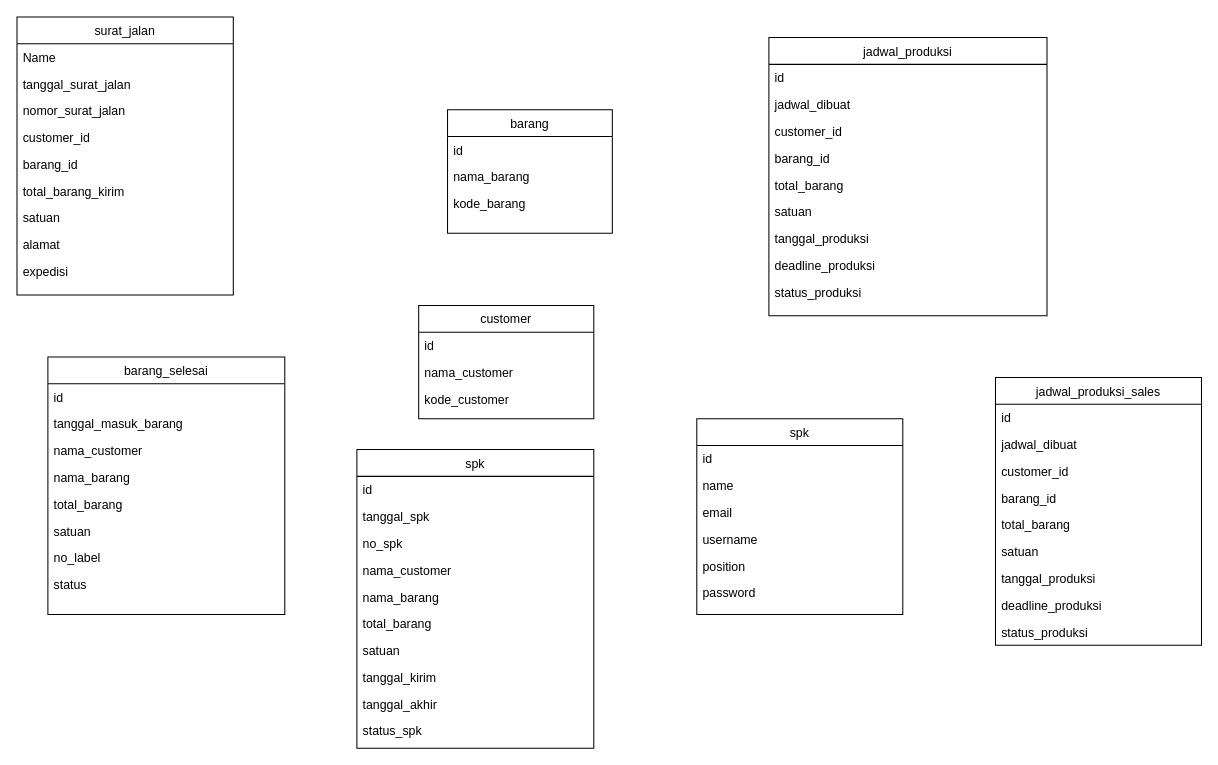
danangsptro/SI_SKRIPSI-3 keeps this draw.io diagram as Diagram Tanpa Judul.drawio. Above is the earlier version. Source tidied: cells renumbered, new cells numbered last; positions are measured from the earlier drawing's top-left corner, leaving out a move shared by most shapes. Both pictures are drawn from the tidied source at 103%, with x=0, y=0 at pixel (16, 16).
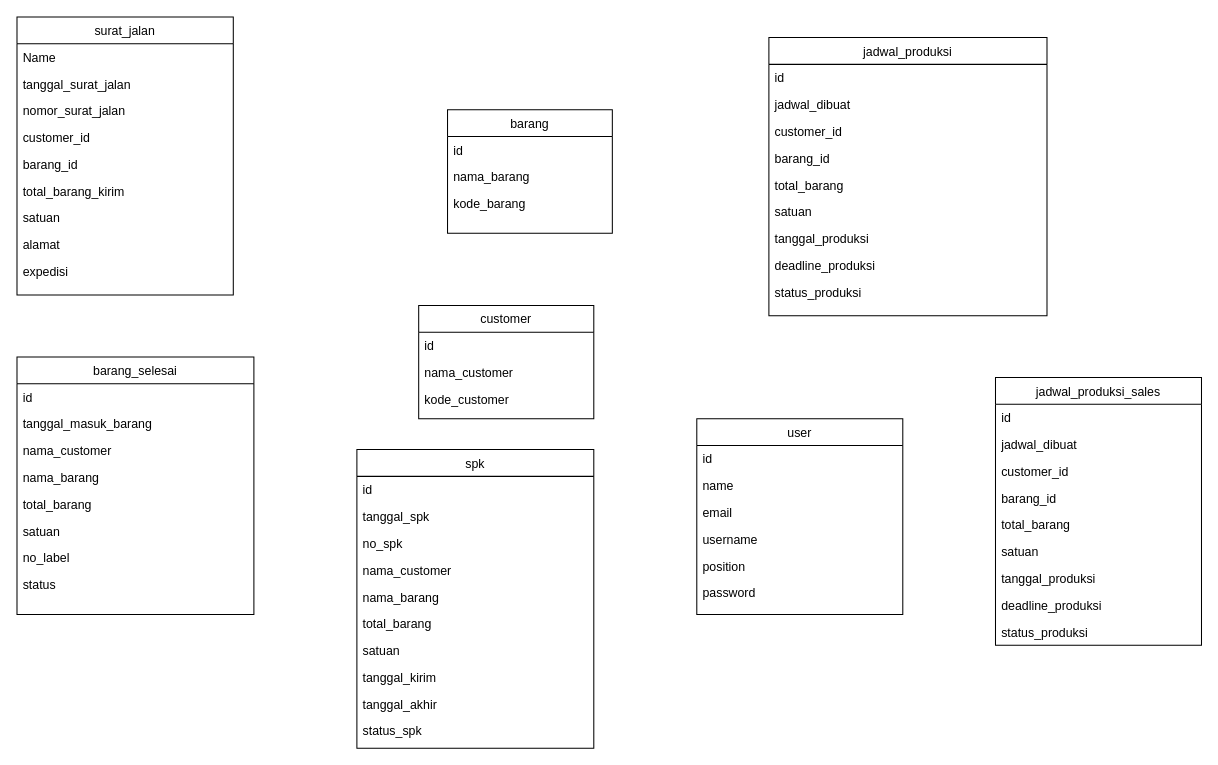
The same page after the edit.

Change to the diagram source:
```diff
@@
     <mxCell id="12" value="barang_selesai" style="swimlane;fontStyle=0;align=center;verticalAlign=top;horizontal=1;startSize=26;rounded=0;shadow=0;strokeWidth=1;" parent="1" vertex="1">
-      <mxGeometry x="30" y="330" width="230" height="250" as="geometry" />
+      <mxGeometry y="330" width="230" height="250" as="geometry" />
     </mxCell>
@@
-    <mxCell id="40" value="spk" style="swimlane;fontStyle=0;align=center;verticalAlign=top;horizontal=1;startSize=26;rounded=0;shadow=0;strokeWidth=1;" parent="1" vertex="1">
+    <mxCell id="40" value="user" style="swimlane;fontStyle=0;align=center;verticalAlign=top;horizontal=1;startSize=26;rounded=0;shadow=0;strokeWidth=1;" parent="1" vertex="1">
       <mxGeometry x="660" y="390" width="200" height="190" as="geometry" />
     </mxCell>
```
